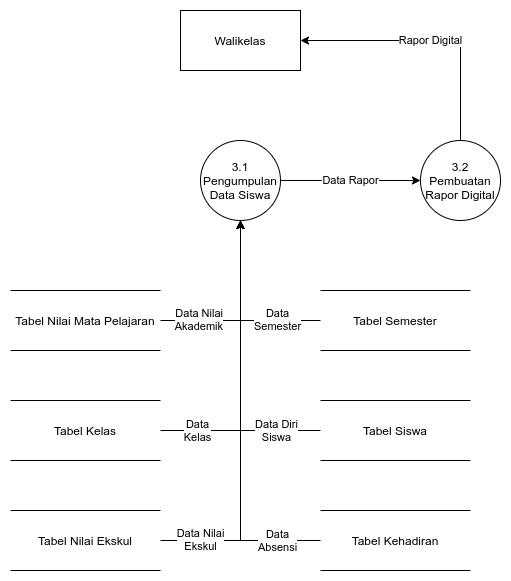
Before: Flow and Other Stuff/DFD Level 2(3.0).png, a diagram exported from draw.io (harizMunawar/Laporan-REI). Source tidied: cells renumbered, new cells last; positions are measured from the earlier drawing's top-left corner, leaving out a move shared by most shapes.
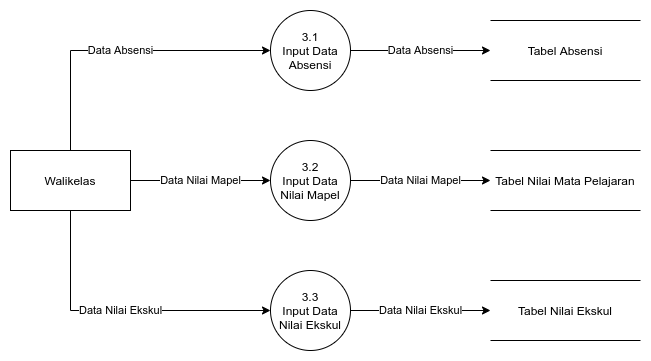
Above is the later version.

What changed in the source:
```diff
@@ -2,60 +2,44 @@
   <root>
     <mxCell id="0" />
     <mxCell id="1" parent="0" />
-    <mxCell id="2" value="Data Diri&lt;br&gt;Siswa" style="edgeStyle=orthogonalEdgeStyle;rounded=0;jettySize=auto;html=1;exitX=0;exitY=0.5;exitDx=0;exitDy=0;labelPosition=center;verticalLabelPosition=bottom;align=center;verticalAlign=top;spacingTop=46;spacingLeft=72;" parent="1" edge="1" source="3">
-      <mxGeometry relative="1" as="geometry">
-        <mxPoint x="230" y="210" as="targetPoint" />
-      </mxGeometry>
-    </mxCell>
-    <mxCell id="3" value="Tabel Siswa" style="shape=partialRectangle;whiteSpace=wrap;html=1;left=0;right=0;fillColor=none;" parent="1" vertex="1">
-      <mxGeometry x="310" y="390" width="150" height="60" as="geometry" />
-    </mxCell>
-    <mxCell id="4" value="Data&lt;br&gt;Semester" style="edgeStyle=orthogonalEdgeStyle;rounded=0;jettySize=auto;html=1;exitX=0;exitY=0.5;exitDx=0;exitDy=0;entryX=0.5;entryY=1;entryDx=0;entryDy=0;labelPosition=center;verticalLabelPosition=middle;align=center;verticalAlign=middle;spacingTop=18;spacingLeft=73;" parent="1" edge="1" source="5" target="15">
-      <mxGeometry relative="1" as="geometry" />
-    </mxCell>
-    <mxCell id="5" value="Tabel Semester" style="shape=partialRectangle;whiteSpace=wrap;html=1;left=0;right=0;fillColor=none;" parent="1" vertex="1">
-      <mxGeometry x="310" y="280" width="150" height="60" as="geometry" />
-    </mxCell>
-    <mxCell id="6" value="Data&lt;br&gt;Kelas" style="edgeStyle=orthogonalEdgeStyle;rounded=0;jettySize=auto;html=1;exitX=1;exitY=0.5;exitDx=0;exitDy=0;entryX=0.5;entryY=1;entryDx=0;entryDy=0;labelPosition=center;verticalLabelPosition=bottom;align=center;verticalAlign=top;spacingTop=46;spacingRight=86;" parent="1" edge="1" source="7" target="15">
-      <mxGeometry relative="1" as="geometry" />
-    </mxCell>
-    <mxCell id="7" value="Tabel Kelas" style="shape=partialRectangle;whiteSpace=wrap;html=1;left=0;right=0;fillColor=none;" parent="1" vertex="1">
-      <mxGeometry y="390" width="150" height="60" as="geometry" />
-    </mxCell>
-    <mxCell id="8" value="Data Nilai&lt;br&gt;Akademik" style="edgeStyle=orthogonalEdgeStyle;rounded=0;jettySize=auto;html=1;exitX=1;exitY=0.5;exitDx=0;exitDy=0;entryX=0.5;entryY=1;entryDx=0;entryDy=0;labelPosition=left;verticalLabelPosition=bottom;align=right;verticalAlign=top;spacingTop=-10;spacingLeft=0;spacingRight=16;" parent="1" edge="1" source="9" target="15">
-      <mxGeometry relative="1" as="geometry" />
-    </mxCell>
     <mxCell id="9" value="Tabel Nilai Mata Pelajaran" style="shape=partialRectangle;whiteSpace=wrap;html=1;left=0;right=0;fillColor=none;" parent="1" vertex="1">
-      <mxGeometry y="280" width="150" height="60" as="geometry" />
+      <mxGeometry x="410" y="140" width="150" height="60" as="geometry" />
     </mxCell>
-    <mxCell id="10" value="Data&lt;br&gt;Absensi" style="edgeStyle=orthogonalEdgeStyle;rounded=0;jettySize=auto;html=1;exitX=0;exitY=0.5;exitDx=0;exitDy=0;labelPosition=center;verticalLabelPosition=bottom;align=center;verticalAlign=top;spacingTop=101;spacingLeft=73;" parent="1" edge="1" source="11">
-      <mxGeometry relative="1" as="geometry">
-        <mxPoint x="230" y="210" as="targetPoint" />
-      </mxGeometry>
-    </mxCell>
-    <mxCell id="11" value="Tabel Kehadiran" style="shape=partialRectangle;whiteSpace=wrap;html=1;left=0;right=0;fillColor=none;" parent="1" vertex="1">
-      <mxGeometry x="310" y="500" width="150" height="60" as="geometry" />
-    </mxCell>
-    <mxCell id="12" value="Data Nilai&lt;br&gt;Ekskul" style="edgeStyle=orthogonalEdgeStyle;rounded=0;jettySize=auto;html=1;exitX=1;exitY=0.5;exitDx=0;exitDy=0;entryX=0.5;entryY=1;entryDx=0;entryDy=0;labelPosition=center;verticalLabelPosition=bottom;align=center;verticalAlign=top;spacingTop=100;spacingRight=80;" parent="1" edge="1" source="13" target="15">
-      <mxGeometry relative="1" as="geometry" />
-    </mxCell>
+    <mxCell id="19" value="Data Nilai Mapel" style="edgeStyle=orthogonalEdgeStyle;rounded=0;jettySize=auto;html=1;exitX=1;exitY=0.5;exitDx=0;exitDy=0;entryX=0;entryY=0.5;entryDx=0;entryDy=0;" parent="1" edge="1" source="18" target="23">
+      <mxGeometry relative="1" as="geometry" />
+    </mxCell>
+    <mxCell id="20" value="Data Nilai Ekskul" style="edgeStyle=orthogonalEdgeStyle;rounded=0;jettySize=auto;html=1;exitX=0.5;exitY=1;exitDx=0;exitDy=0;entryX=0;entryY=0.5;entryDx=0;entryDy=0;" parent="1" edge="1" source="18" target="25">
+      <mxGeometry relative="1" as="geometry" />
+    </mxCell>
+    <mxCell id="21" value="Data Absensi" style="edgeStyle=orthogonalEdgeStyle;rounded=0;jettySize=auto;html=1;exitX=0.5;exitY=0;exitDx=0;exitDy=0;entryX=0;entryY=0.5;entryDx=0;entryDy=0;" parent="1" edge="1" source="18" target="28">
+      <mxGeometry relative="1" as="geometry" />
+    </mxCell>
+    <mxCell id="18" value="Walikelas" style="rounded=0;whiteSpace=wrap;html=1;" parent="1" vertex="1">
+      <mxGeometry x="-70" y="140" width="120" height="60" as="geometry" />
+    </mxCell>
+    <mxCell id="22" value="Data Nilai Mapel" style="edgeStyle=orthogonalEdgeStyle;rounded=0;jettySize=auto;html=1;exitX=1;exitY=0.5;exitDx=0;exitDy=0;entryX=0;entryY=0.5;entryDx=0;entryDy=0;" parent="1" edge="1" source="23" target="9">
+      <mxGeometry relative="1" as="geometry" />
+    </mxCell>
+    <mxCell id="23" value="3.2&lt;br&gt;Input Data&lt;br&gt;Nilai Mapel" style="ellipse;whiteSpace=wrap;html=1;" parent="1" vertex="1">
+      <mxGeometry x="190" y="130" width="80" height="80" as="geometry" />
+    </mxCell>
+    <mxCell id="24" value="Data Nilai Ekskul" style="edgeStyle=orthogonalEdgeStyle;rounded=0;jettySize=auto;html=1;exitX=1;exitY=0.5;exitDx=0;exitDy=0;entryX=0;entryY=0.5;entryDx=0;entryDy=0;" parent="1" edge="1" source="25" target="13">
+      <mxGeometry relative="1" as="geometry" />
+    </mxCell>
+    <mxCell id="25" value="3.3&lt;br&gt;Input Data&lt;br&gt;Nilai Ekskul" style="ellipse;whiteSpace=wrap;html=1;" parent="1" vertex="1">
+      <mxGeometry x="190" y="260" width="80" height="80" as="geometry" />
+    </mxCell>
     <mxCell id="13" value="Tabel Nilai Ekskul" style="shape=partialRectangle;whiteSpace=wrap;html=1;left=0;right=0;fillColor=none;" parent="1" vertex="1">
-      <mxGeometry y="500" width="150" height="60" as="geometry" />
+      <mxGeometry x="410" y="270" width="150" height="60" as="geometry" />
     </mxCell>
-    <mxCell id="14" value="Data Rapor" style="edgeStyle=orthogonalEdgeStyle;rounded=0;jettySize=auto;html=1;exitX=1;exitY=0.5;exitDx=0;exitDy=0;entryX=0;entryY=0.5;entryDx=0;entryDy=0;" parent="1" edge="1" source="15" target="17">
-      <mxGeometry relative="1" as="geometry" />
-    </mxCell>
-    <mxCell id="15" value="3.1&lt;br&gt;Pengumpulan&lt;br&gt;Data Siswa" style="ellipse;whiteSpace=wrap;html=1;" parent="1" vertex="1">
-      <mxGeometry x="190" y="130" width="80" height="80" as="geometry" />
-    </mxCell>
-    <mxCell id="16" value="Rapor Digital" style="edgeStyle=orthogonalEdgeStyle;rounded=0;jettySize=auto;html=1;exitX=0.5;exitY=0;exitDx=0;exitDy=0;entryX=1;entryY=0.5;entryDx=0;entryDy=0;" parent="1" edge="1" source="17" target="18">
-      <mxGeometry relative="1" as="geometry" />
-    </mxCell>
-    <mxCell id="17" value="3.2&lt;br&gt;Pembuatan Rapor Digital" style="ellipse;whiteSpace=wrap;html=1;" parent="1" vertex="1">
-      <mxGeometry x="410" y="130" width="80" height="80" as="geometry" />
-    </mxCell>
-    <mxCell id="18" value="Walikelas" style="rounded=0;whiteSpace=wrap;html=1;" parent="1" vertex="1">
-      <mxGeometry x="170" width="120" height="60" as="geometry" />
-    </mxCell>
+    <mxCell id="26" value="Tabel Absensi" style="shape=partialRectangle;whiteSpace=wrap;html=1;left=0;right=0;fillColor=none;" parent="1" vertex="1">
+      <mxGeometry x="410" y="10" width="150" height="60" as="geometry" />
+    </mxCell>
+    <mxCell id="27" value="Data Absensi" style="edgeStyle=orthogonalEdgeStyle;rounded=0;jettySize=auto;html=1;exitX=1;exitY=0.5;exitDx=0;exitDy=0;entryX=0;entryY=0.5;entryDx=0;entryDy=0;" parent="1" edge="1" source="28" target="26">
+      <mxGeometry relative="1" as="geometry" />
+    </mxCell>
+    <mxCell id="28" value="3.1&lt;br&gt;Input Data&lt;br&gt;Absensi" style="ellipse;whiteSpace=wrap;html=1;" parent="1" vertex="1">
+      <mxGeometry x="190" width="80" height="80" as="geometry" />
+    </mxCell>
   </root>
 </mxGraphModel>
```
